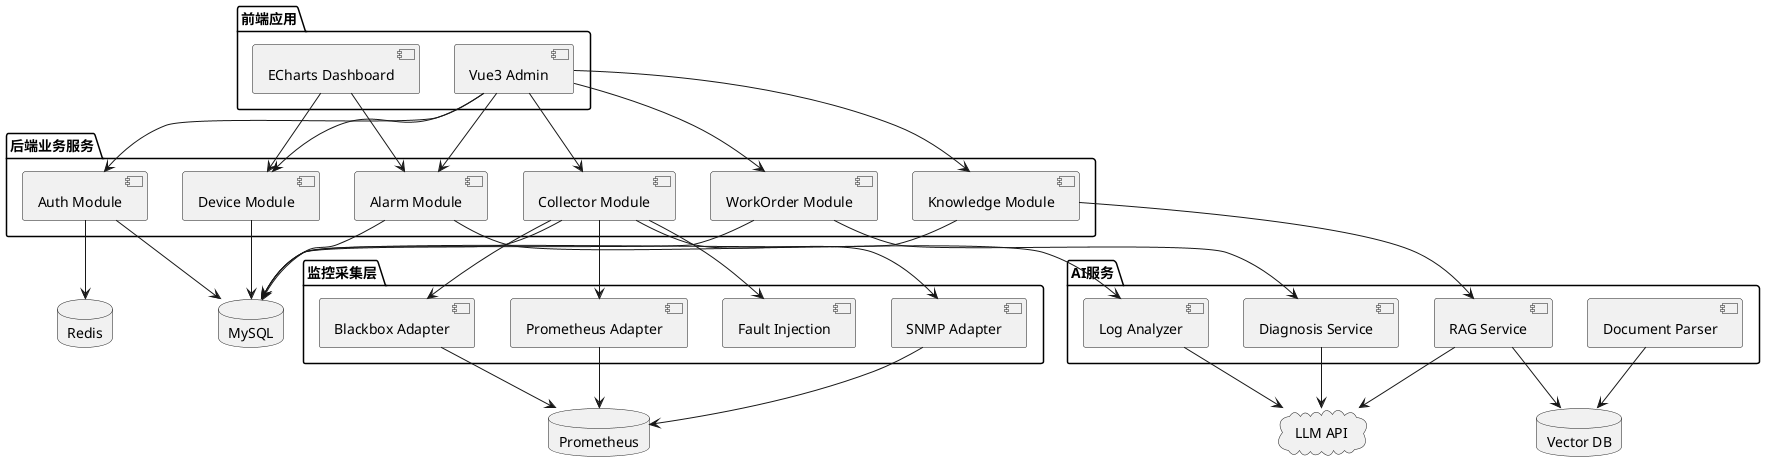
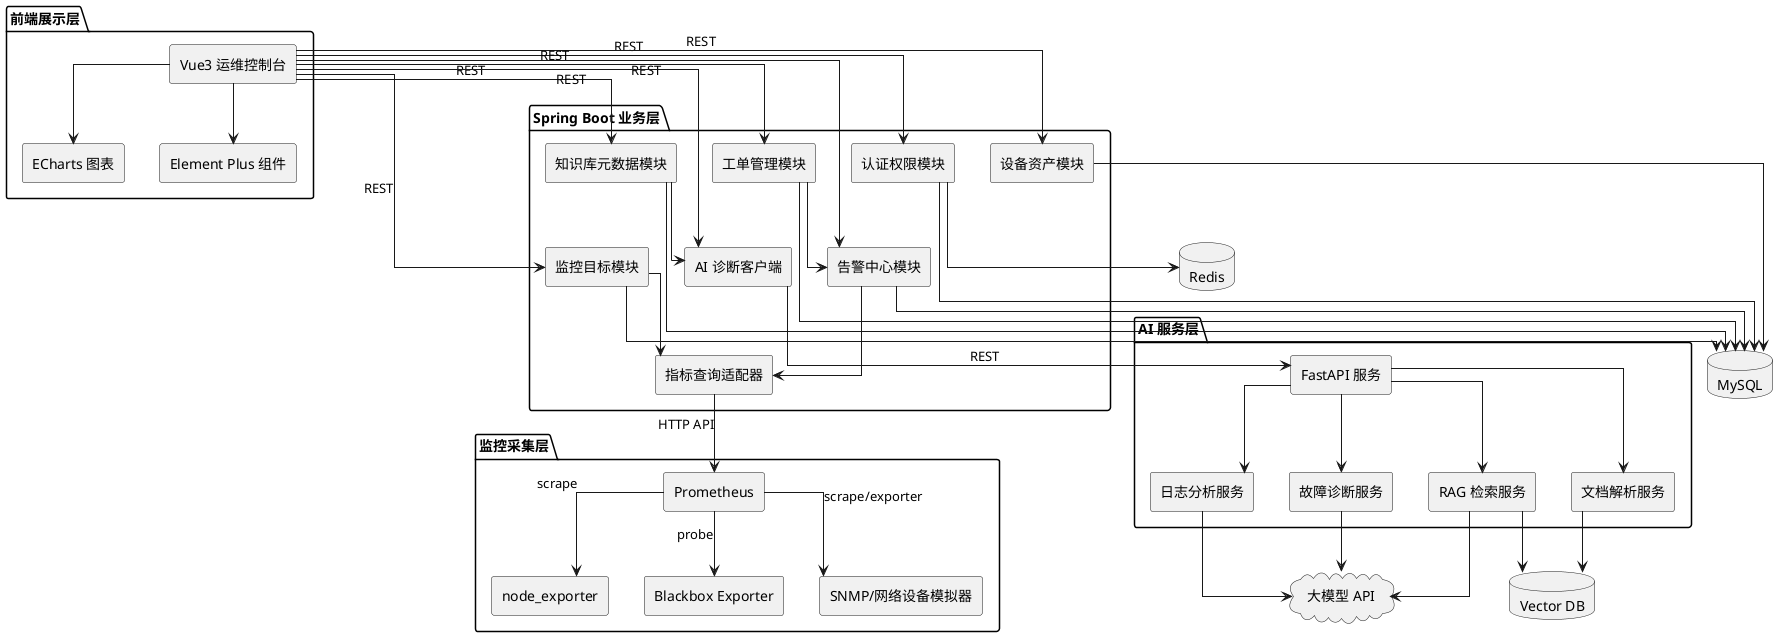
@startuml
- package "前端应用" {
-   [Vue3 Admin]
-   [ECharts Dashboard]
+ skinparam componentStyle rectangle
+ skinparam linetype ortho
+ 
+ package "前端展示层" {
+   [Vue3 运维控制台] as Vue
+   [Element Plus 组件] as Element
+   [ECharts 图表] as ECharts
}

- package "后端业务服务" {
-   [Auth Module]
-   [Device Module]
-   [Collector Module]
-   [Alarm Module]
-   [WorkOrder Module]
-   [Knowledge Module]
+ package "Spring Boot 业务层" {
+   [认证权限模块] as Auth
+   [设备资产模块] as Device
+   [监控目标模块] as Target
+   [指标查询适配器] as MetricAdapter
+   [告警中心模块] as Alarm
+   [工单管理模块] as Ticket
+   [知识库元数据模块] as Knowledge
+   [AI 诊断客户端] as AiClient
}

package "监控采集层" {
-   [Prometheus Adapter]
-   [Blackbox Adapter]
-   [SNMP Adapter]
-   [Fault Injection]
+   [Prometheus] as Prometheus
+   [node_exporter] as NodeExporter
+   [Blackbox Exporter] as Blackbox
+   [SNMP/网络设备模拟器] as SnmpSim
}

- package "AI服务" {
-   [Log Analyzer]
-   [Diagnosis Service]
-   [RAG Service]
-   [Document Parser]
+ package "AI 服务层" {
+   [FastAPI 服务] as FastAPI
+   [日志分析服务] as LogAnalyzer
+   [故障诊断服务] as Diagnosis
+   [RAG 检索服务] as Rag
+   [文档解析服务] as Parser
}

database "MySQL" as MySQL
database "Redis" as Redis
database "Vector DB" as VectorDB
- database "Prometheus" as Prometheus
- cloud "LLM API" as LLM
+ cloud "大模型 API" as LLM

- [Vue3 Admin] --> [Auth Module]
- [Vue3 Admin] --> [Device Module]
- [Vue3 Admin] --> [Collector Module]
- [Vue3 Admin] --> [Alarm Module]
- [Vue3 Admin] --> [WorkOrder Module]
- [Vue3 Admin] --> [Knowledge Module]
- [ECharts Dashboard] --> [Device Module]
- [ECharts Dashboard] --> [Alarm Module]
+ Vue --> Element
+ Vue --> ECharts
+ Vue --> Auth : REST
+ Vue --> Device : REST
+ Vue --> Target : REST
+ Vue --> Alarm : REST
+ Vue --> Ticket : REST
+ Vue --> Knowledge : REST
+ Vue --> AiClient : REST

- [Auth Module] --> MySQL
- [Auth Module] --> Redis
- [Device Module] --> MySQL
- [Collector Module] --> MySQL
- [Collector Module] --> [Prometheus Adapter]
- [Collector Module] --> [Blackbox Adapter]
- [Collector Module] --> [SNMP Adapter]
- [Collector Module] --> [Fault Injection]
- [Alarm Module] --> MySQL
- [WorkOrder Module] --> MySQL
- [Knowledge Module] --> MySQL
- [Knowledge Module] --> [RAG Service]
- [Alarm Module] --> [Log Analyzer]
- [WorkOrder Module] --> [Diagnosis Service]
+ Auth --> MySQL
+ Auth --> Redis
+ Device --> MySQL
+ Target --> MySQL
+ Target --> MetricAdapter
+ MetricAdapter --> Prometheus : HTTP API
+ Alarm --> MySQL
+ Alarm --> MetricAdapter
+ Ticket --> MySQL
+ Ticket --> Alarm
+ Knowledge --> MySQL
+ Knowledge --> AiClient
+ AiClient --> FastAPI : REST

- [Log Analyzer] --> LLM
- [Diagnosis Service] --> LLM
- [RAG Service] --> VectorDB
- [RAG Service] --> LLM
- [Document Parser] --> VectorDB
- [Prometheus Adapter] --> Prometheus
- [Blackbox Adapter] --> Prometheus
- [SNMP Adapter] --> Prometheus
+ Prometheus --> NodeExporter : scrape
+ Prometheus --> Blackbox : probe
+ Prometheus --> SnmpSim : scrape/exporter
+ 
+ FastAPI --> LogAnalyzer
+ FastAPI --> Diagnosis
+ FastAPI --> Rag
+ FastAPI --> Parser
+ LogAnalyzer --> LLM
+ Diagnosis --> LLM
+ Rag --> VectorDB
+ Rag --> LLM
+ Parser --> VectorDB
@enduml
